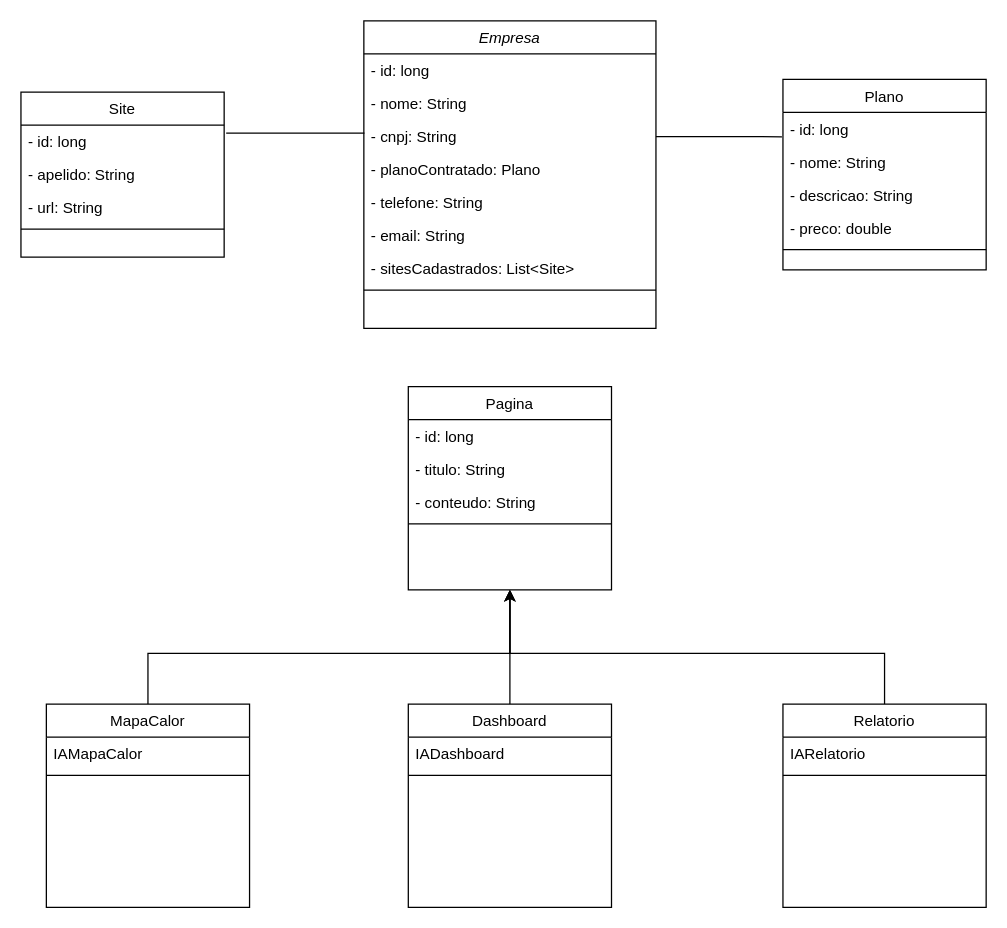
Santlago/HeatWise keeps this draw.io diagram as informacoes/diagrama-de-classes/HeatWise.drawio. Above is the earlier version. Source tidied: cells renumbered, new cells numbered last; positions are measured from the earlier drawing's top-left corner, leaving out a move shared by most shapes. Both pictures are drawn from the tidied source at 127%, with x=0, y=0 at pixel (20, 20).
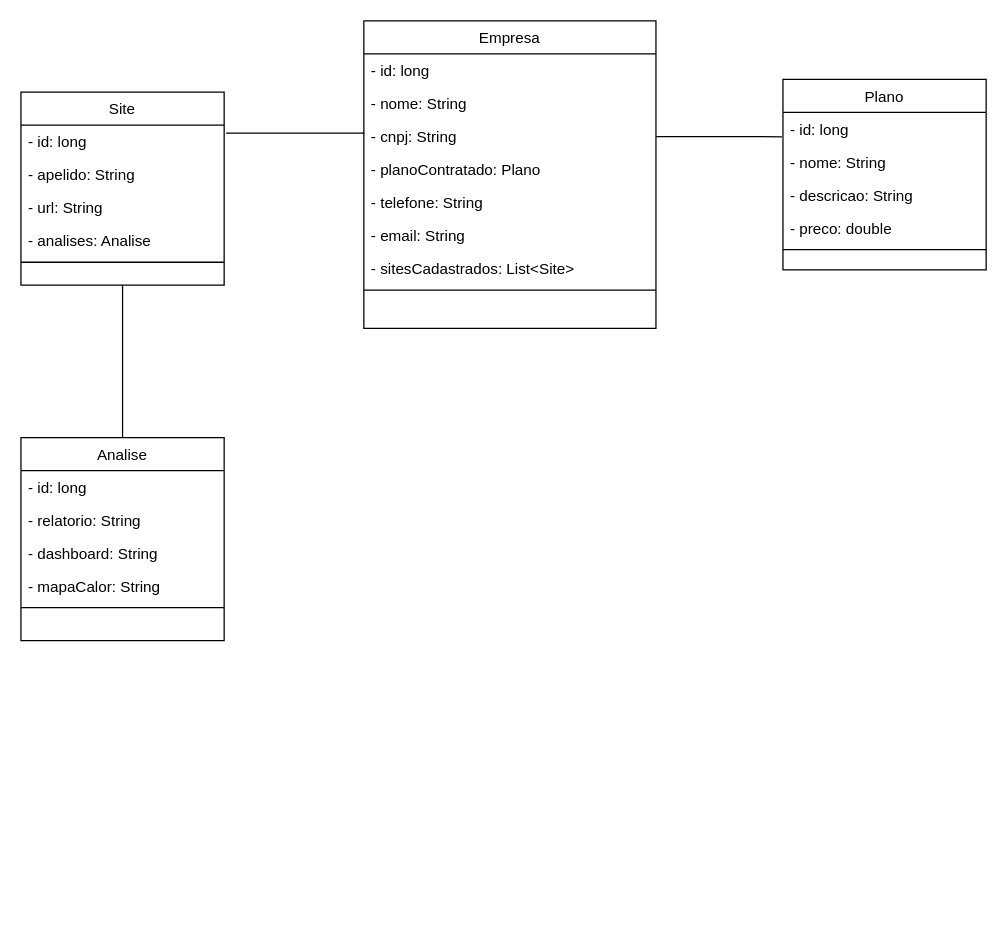
The same page after the edit.

What changed in the source:
```diff
@@
-    <mxCell id="2" value="Empresa" style="swimlane;fontStyle=2;align=center;verticalAlign=top;horizontal=1;startSize=26;rounded=0;shadow=0;strokeWidth=1;" parent="1" vertex="1">
+    <mxCell id="2" value="Empresa" style="swimlane;fontStyle=0;align=center;verticalAlign=top;horizontal=1;startSize=26;rounded=0;shadow=0;strokeWidth=1;" parent="1" vertex="1">
       <mxGeometry x="270" width="230" height="242" as="geometry" />
     </mxCell>
@@
     <mxCell id="11" value="Site" style="swimlane;fontStyle=0;align=center;verticalAlign=top;horizontal=1;startSize=26;rounded=0;shadow=0;strokeWidth=1;" parent="1" vertex="1">
-      <mxGeometry y="56" width="160" height="130" as="geometry" />
+      <mxGeometry y="56" width="160" height="152" as="geometry" />
     </mxCell>
@@
+    <mxCell id="41" value="- url: String" style="text;align=left;verticalAlign=top;spacingLeft=4;spacingRight=4;overflow=hidden;rounded=0;shadow=0;html=0;" parent="11" vertex="1">
+      <mxGeometry y="78" width="160" height="26" as="geometry" />
+    </mxCell>
-    <mxCell id="14" value="- url: String" style="text;align=left;verticalAlign=top;spacingLeft=4;spacingRight=4;overflow=hidden;rounded=0;shadow=0;html=0;" parent="11" vertex="1">
-      <mxGeometry y="78" width="160" height="26" as="geometry" />
+    <mxCell id="14" value="- analises: Analise" style="text;align=left;verticalAlign=top;spacingLeft=4;spacingRight=4;overflow=hidden;rounded=0;shadow=0;html=0;" parent="11" vertex="1">
+      <mxGeometry y="104" width="160" height="26" as="geometry" />
     </mxCell>
     <mxCell id="15" style="line;html=1;strokeWidth=1;align=left;verticalAlign=middle;spacingTop=-1;spacingLeft=3;spacingRight=3;labelPosition=right;" parent="11" vertex="1">
-      <mxGeometry y="104" width="160" height="8" as="geometry" />
+      <mxGeometry y="130" width="160" height="8" as="geometry" />
     </mxCell>
@@
-    <mxCell id="22" style="edgeStyle=orthogonalEdgeStyle;rounded=0;jettySize=auto;html=1;" parent="1" edge="1" source="23">
-      <mxGeometry relative="1" as="geometry">
-        <mxPoint x="385" y="448" as="targetPoint" />
-      </mxGeometry>
-    </mxCell>
-    <mxCell id="23" value="Dashboard" style="swimlane;fontStyle=0;align=center;verticalAlign=top;horizontal=1;startSize=26;rounded=0;shadow=0;strokeWidth=1;" parent="1" vertex="1">
-      <mxGeometry x="305" y="538" width="160" height="160" as="geometry" />
-    </mxCell>
-    <mxCell id="24" value="IADashboard" style="text;align=left;verticalAlign=top;spacingLeft=4;spacingRight=4;overflow=hidden;" parent="23" vertex="1">
-      <mxGeometry y="26" width="160" height="26" as="geometry" />
-    </mxCell>
-    <mxCell id="25" style="line;html=1;strokeWidth=1;align=left;verticalAlign=middle;spacingTop=-1;spacingLeft=3;spacingRight=3;labelPosition=right;" parent="23" vertex="1">
-      <mxGeometry y="52" width="160" height="8" as="geometry" />
-    </mxCell>
-    <mxCell id="26" style="edgeStyle=orthogonalEdgeStyle;rounded=0;jettySize=auto;html=1;entryX=0.5;entryY=1;entryDx=0;entryDy=0;" parent="1" edge="1" source="27" target="34">
-      <mxGeometry relative="1" as="geometry">
-        <Array as="points">
-          <mxPoint x="100" y="498" />
-          <mxPoint x="385" y="498" />
-        </Array>
-      </mxGeometry>
-    </mxCell>
-    <mxCell id="27" value="MapaCalor" style="swimlane;fontStyle=0;align=center;verticalAlign=top;horizontal=1;startSize=26;rounded=0;shadow=0;strokeWidth=1;" parent="1" vertex="1">
-      <mxGeometry x="20" y="538" width="160" height="160" as="geometry" />
-    </mxCell>
-    <mxCell id="28" value="IAMapaCalor" style="text;align=left;verticalAlign=top;spacingLeft=4;spacingRight=4;overflow=hidden;" parent="27" vertex="1">
-      <mxGeometry y="26" width="160" height="26" as="geometry" />
-    </mxCell>
-    <mxCell id="29" style="line;html=1;strokeWidth=1;align=left;verticalAlign=middle;spacingTop=-1;spacingLeft=3;spacingRight=3;labelPosition=right;" parent="27" vertex="1">
-      <mxGeometry y="52" width="160" height="8" as="geometry" />
-    </mxCell>
-    <mxCell id="30" style="edgeStyle=orthogonalEdgeStyle;rounded=0;jettySize=auto;html=1;entryX=0.5;entryY=1;entryDx=0;entryDy=0;" parent="1" edge="1" source="31" target="34">
-      <mxGeometry relative="1" as="geometry">
-        <Array as="points">
-          <mxPoint x="680" y="498" />
-          <mxPoint x="385" y="498" />
-        </Array>
-      </mxGeometry>
-    </mxCell>
-    <mxCell id="31" value="Relatorio" style="swimlane;fontStyle=0;align=center;verticalAlign=top;horizontal=1;startSize=26;rounded=0;shadow=0;strokeWidth=1;" parent="1" vertex="1">
-      <mxGeometry x="600" y="538" width="160" height="160" as="geometry" />
-    </mxCell>
-    <mxCell id="32" value="IARelatorio" style="text;align=left;verticalAlign=top;spacingLeft=4;spacingRight=4;overflow=hidden;" parent="31" vertex="1">
-      <mxGeometry y="26" width="160" height="26" as="geometry" />
-    </mxCell>
-    <mxCell id="33" style="line;html=1;strokeWidth=1;align=left;verticalAlign=middle;spacingTop=-1;spacingLeft=3;spacingRight=3;labelPosition=right;" parent="31" vertex="1">
-      <mxGeometry y="52" width="160" height="8" as="geometry" />
-    </mxCell>
-    <mxCell id="34" value="Pagina" style="swimlane;fontStyle=0;align=center;verticalAlign=top;horizontal=1;startSize=26;rounded=0;shadow=0;strokeWidth=1;" parent="1" vertex="1">
-      <mxGeometry x="305" y="288" width="160" height="160" as="geometry" />
+    <mxCell id="34" value="Analise" style="swimlane;fontStyle=0;align=center;verticalAlign=top;horizontal=1;startSize=26;rounded=0;shadow=0;strokeWidth=1;" parent="1" vertex="1">
+      <mxGeometry y="328" width="160" height="160" as="geometry" />
     </mxCell>
@@
-    <mxCell id="36" value="- titulo: String" style="text;align=left;verticalAlign=top;spacingLeft=4;spacingRight=4;overflow=hidden;rounded=0;shadow=0;html=0;" parent="34" vertex="1">
+    <mxCell id="36" value="- relatorio: String" style="text;align=left;verticalAlign=top;spacingLeft=4;spacingRight=4;overflow=hidden;rounded=0;shadow=0;html=0;" parent="34" vertex="1">
       <mxGeometry y="52" width="160" height="26" as="geometry" />
     </mxCell>
-    <mxCell id="37" value="- conteudo: String" style="text;align=left;verticalAlign=top;spacingLeft=4;spacingRight=4;overflow=hidden;rounded=0;shadow=0;html=0;" parent="34" vertex="1">
+    <mxCell id="37" value="- dashboard: String" style="text;align=left;verticalAlign=top;spacingLeft=4;spacingRight=4;overflow=hidden;rounded=0;shadow=0;html=0;" parent="34" vertex="1">
       <mxGeometry y="78" width="160" height="26" as="geometry" />
     </mxCell>
+    <mxCell id="42" value="- mapaCalor: String" style="text;align=left;verticalAlign=top;spacingLeft=4;spacingRight=4;overflow=hidden;rounded=0;shadow=0;html=0;" parent="34" vertex="1">
+      <mxGeometry y="104" width="160" height="26" as="geometry" />
+    </mxCell>
     <mxCell id="38" style="line;html=1;strokeWidth=1;align=left;verticalAlign=middle;spacingTop=-1;spacingLeft=3;spacingRight=3;labelPosition=right;" parent="34" vertex="1">
-      <mxGeometry y="104" width="160" height="8" as="geometry" />
+      <mxGeometry y="130" width="160" height="8" as="geometry" />
     </mxCell>
@@
+    <mxCell id="43" style="endArrow=none;html=1;rounded=0;exitX=0.5;exitY=1;exitDx=0;exitDy=0;entryX=0.5;entryY=0;entryDx=0;entryDy=0;" parent="1" edge="1" source="11" target="34">
+      <mxGeometry relative="1" as="geometry" />
+    </mxCell>
```
